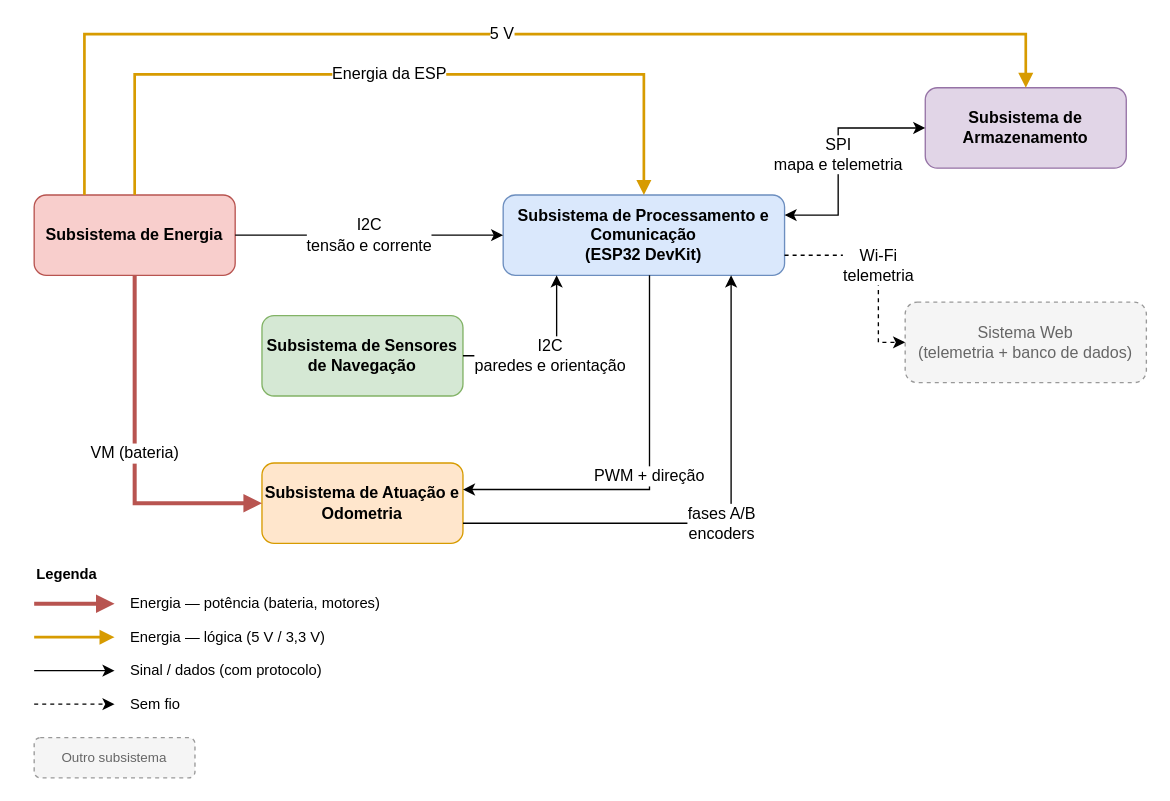
Earlier version of the draw.io diagram page "Visão geral" (1 of 6) of hw/Placa de Integração/Diagrama de blocos/Diagrama de blocos.drawio (fcte-pi1/2026.2_PI1_Grupo2_Hilmer). Source tidied: cells renumbered, new cells numbered last; positions are measured from the earlier drawing's top-left corner, leaving out a move shared by most shapes. Both pictures are drawn from the tidied source at 134%, with x=0, y=0 at pixel (34, 34).
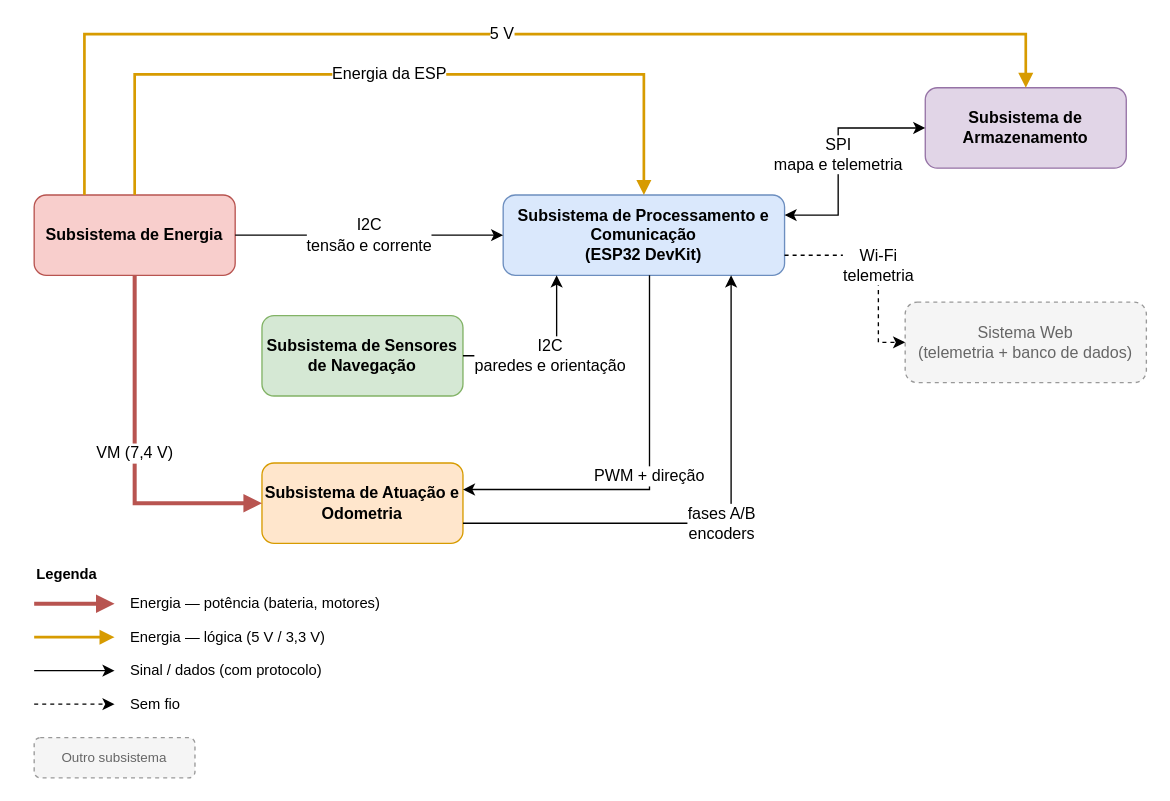
After the change.

Commit message (it also covers changes not shown here):
[Hardware] Define bateria LiPo 2S e regulador buck de 5 V no diagrama de blocos

Unchanged cells that the change refers to:
```xml
<mxCell id="2" value="Subsistema de Energia" style="rounded=1;whiteSpace=wrap;html=1;fillColor=#f8cecc;strokeColor=#b85450;fontStyle=1;" parent="1" vertex="1">
  <mxGeometry y="120" width="150" height="60" as="geometry" />
</mxCell>
<mxCell id="5" value="Subsistema de Atuação e Odometria" style="rounded=1;whiteSpace=wrap;html=1;fillColor=#ffe6cc;strokeColor=#d79b00;fontStyle=1;" parent="1" vertex="1">
  <mxGeometry x="170" y="320" width="150" height="60" as="geometry" />
</mxCell>
```

The edit, as a diff of the source:
```diff
@@
-    <mxCell id="10" value="&lt;font style=&quot;font-size: 12px;&quot;&gt;VM (bateria)&lt;/font&gt;" style="edgeStyle=orthogonalEdgeStyle;rounded=0;jettySize=auto;html=1;labelBackgroundColor=#FFFFFF;fontSize=10;strokeWidth=3;strokeColor=#B85450;endArrow=block;endFill=1;exitX=0.5;exitY=1;exitDx=0;exitDy=0;entryX=0;entryY=0.5;entryDx=0;entryDy=0;" parent="1" edge="1" source="2" target="5">
+    <mxCell id="10" value="&lt;font style=&quot;font-size: 12px;&quot;&gt;VM (7,4 V)&lt;/font&gt;" style="edgeStyle=orthogonalEdgeStyle;rounded=0;jettySize=auto;html=1;labelBackgroundColor=#FFFFFF;fontSize=10;strokeWidth=3;strokeColor=#B85450;endArrow=block;endFill=1;exitX=0.5;exitY=1;exitDx=0;exitDy=0;entryX=0;entryY=0.5;entryDx=0;entryDy=0;" parent="1" edge="1" source="2" target="5">
       <mxGeometry relative="1" as="geometry">
         <Array as="points">
           <mxPoint x="75" y="350" />
         </Array>
       </mxGeometry>
     </mxCell>
```
